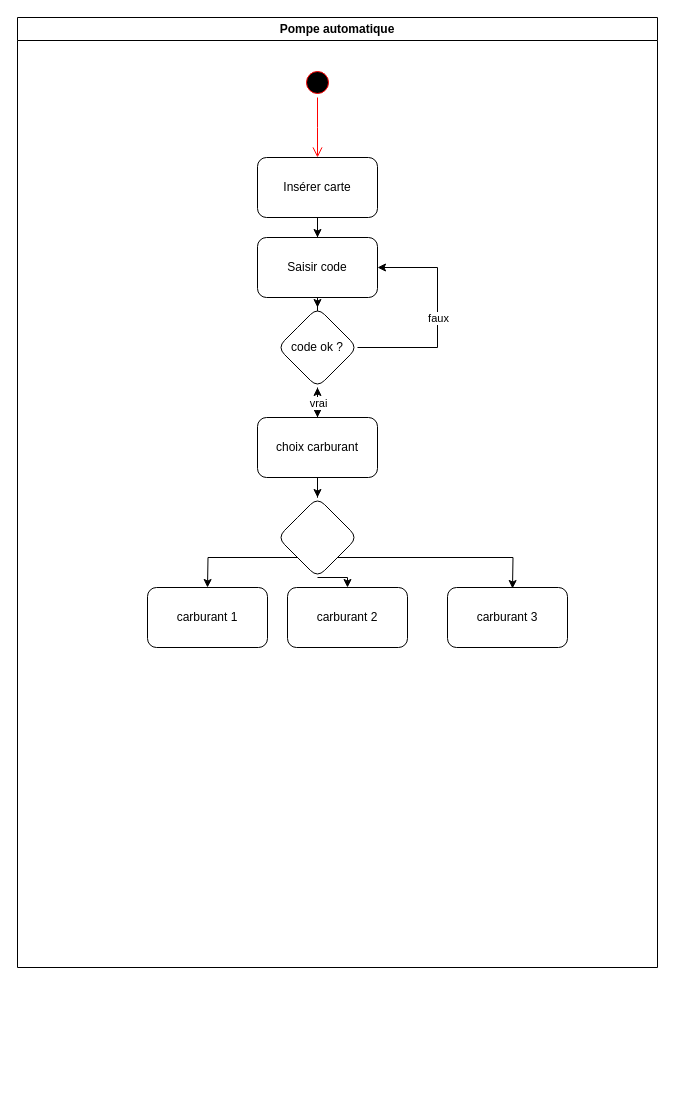
This is Totality/Pompe.drawio from NLetenneur/UML-Introduction, a draw.io file, before an edit. Source tidied: cells renumbered, new cells numbered last; positions are measured from the earlier drawing's top-left corner, leaving out a move shared by most shapes. Both pictures are drawn from the tidied source at 100%, with x=0, y=0 at pixel (17, 17).
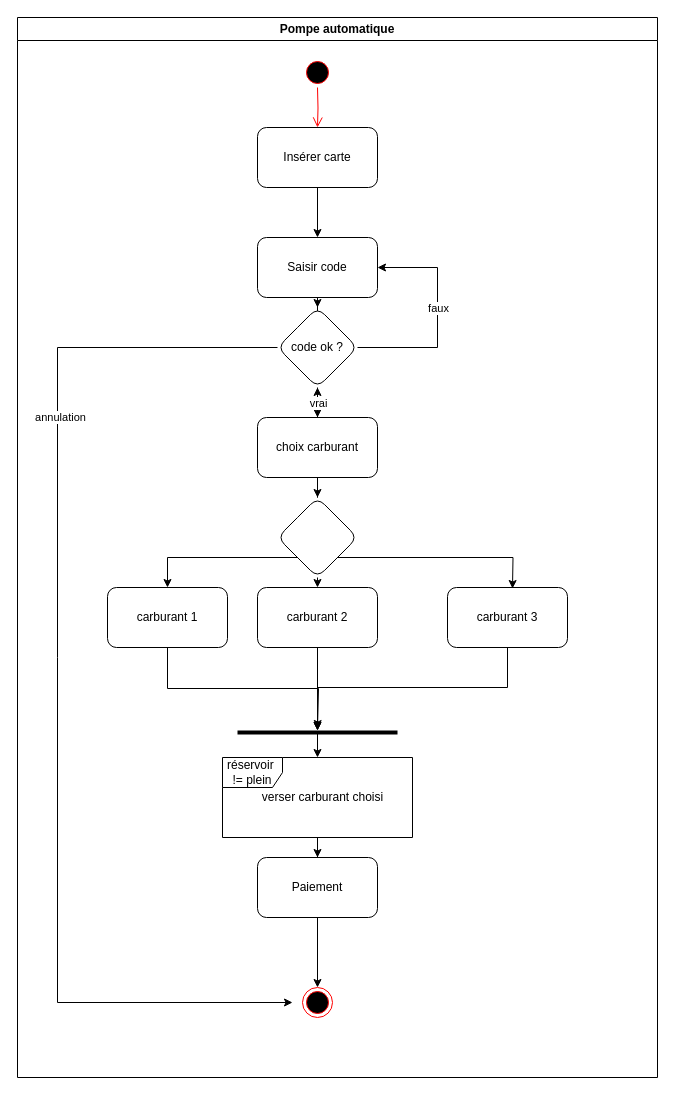
The same page after the edit.

Commit message (it also covers changes not shown here):
Mettre à jour Pompe.drawio

The change refers to these unchanged cells:
```xml
<mxCell id="8" style="endArrow=classic;html=1;rounded=0;entryX=1;entryY=0.5;entryDx=0;entryDy=0;exitX=1;exitY=0.5;exitDx=0;exitDy=0;" parent="2" edge="1" source="7" target="6">
  <mxGeometry relative="1" as="geometry">
    <Array as="points">
      <mxPoint x="420" y="330" />
      <mxPoint x="420" y="250" />
    </Array>
  </mxGeometry>
</mxCell>
<mxCell id="12" style="rhombus;whiteSpace=wrap;html=1;rounded=1;" parent="2" vertex="1">
  <mxGeometry x="260" y="480" width="80" height="80" as="geometry" />
</mxCell>
<mxCell id="20" value="&lt;div&gt;carburant 3&lt;br&gt;&lt;/div&gt;" style="rounded=1;whiteSpace=wrap;html=1;" parent="2" vertex="1">
  <mxGeometry x="430" y="570" width="120" height="60" as="geometry" />
</mxCell>
```

The edit, as a diff of the source:
```diff
@@
     <mxCell id="2" value="Pompe automatique" style="swimlane;whiteSpace=wrap;html=1;" parent="1" vertex="1">
-      <mxGeometry width="640" height="950" as="geometry" />
+      <mxGeometry width="640" height="1060" as="geometry" />
     </mxCell>
@@
     <mxCell id="4" value="Insérer carte" style="rounded=1;whiteSpace=wrap;html=1;" parent="2" vertex="1">
-      <mxGeometry x="240" y="140" width="120" height="60" as="geometry" />
+      <mxGeometry x="240" y="110" width="120" height="60" as="geometry" />
     </mxCell>
@@
     <mxCell id="9" value="faux" style="edgeLabel;html=1;align=center;verticalAlign=middle;" parent="8" vertex="1">
-      <mxGeometry relative="1" as="geometry" />
+      <mxGeometry relative="1" as="geometry">
+        <mxPoint y="-10" as="offset" />
+      </mxGeometry>
     </mxCell>
-    <mxCell id="10" style="edgeStyle=orthogonalEdgeStyle;rounded=0;jettySize=auto;html=1;exitX=0;exitY=1;exitDx=0;exitDy=0;" parent="2" edge="1" source="12">
-      <mxGeometry relative="1" as="geometry">
-        <mxPoint x="190" y="570" as="targetPoint" />
-      </mxGeometry>
+    <mxCell id="10" style="edgeStyle=orthogonalEdgeStyle;rounded=0;jettySize=auto;html=1;exitX=0;exitY=1;exitDx=0;exitDy=0;entryX=0.5;entryY=0;entryDx=0;entryDy=0;" parent="2" edge="1" source="12" target="18">
+      <mxGeometry relative="1" as="geometry" />
     </mxCell>
@@
+    <mxCell id="24" style="edgeStyle=orthogonalEdgeStyle;rounded=0;jettySize=auto;html=1;" parent="2" edge="1" source="18">
+      <mxGeometry relative="1" as="geometry">
+        <mxPoint x="300" y="711" as="targetPoint" />
+        <Array as="points">
+          <mxPoint x="150" y="671" />
+          <mxPoint x="301" y="671" />
+        </Array>
+      </mxGeometry>
+    </mxCell>
     <mxCell id="18" value="carburant 1" style="rounded=1;whiteSpace=wrap;html=1;" parent="2" vertex="1">
-      <mxGeometry x="130" y="570" width="120" height="60" as="geometry" />
+      <mxGeometry x="90" y="570" width="120" height="60" as="geometry" />
     </mxCell>
+    <mxCell id="25" style="edgeStyle=orthogonalEdgeStyle;rounded=0;jettySize=auto;html=1;" parent="2" edge="1" source="19" target="30">
+      <mxGeometry relative="1" as="geometry" />
+    </mxCell>
     <mxCell id="19" value="&lt;div&gt;carburant 2&lt;/div&gt;" style="rounded=1;whiteSpace=wrap;html=1;" parent="2" vertex="1">
-      <mxGeometry x="270" y="570" width="120" height="60" as="geometry" />
+      <mxGeometry x="240" y="570" width="120" height="60" as="geometry" />
     </mxCell>
+    <mxCell id="26" style="edgeStyle=orthogonalEdgeStyle;rounded=0;jettySize=auto;html=1;" parent="2" edge="1" source="20" target="30">
+      <mxGeometry relative="1" as="geometry">
+        <Array as="points">
+          <mxPoint x="490" y="670" />
+          <mxPoint x="300" y="670" />
+        </Array>
+      </mxGeometry>
+    </mxCell>
@@
-    <mxCell id="22" style="ellipse;html=1;shape=startState;fillColor=#000000;strokeColor=#ff0000;" parent="2" vertex="1">
-      <mxGeometry x="285" y="50" width="30" height="30" as="geometry" />
-    </mxCell>
-    <mxCell id="23" style="edgeStyle=orthogonalEdgeStyle;html=1;verticalAlign=bottom;endArrow=open;endSize=8;strokeColor=#ff0000;rounded=0;" parent="2" edge="1" source="22">
-      <mxGeometry relative="1" as="geometry">
-        <mxPoint x="300" y="140" as="targetPoint" />
-      </mxGeometry>
-    </mxCell>
+    <mxCell id="27" style="ellipse;html=1;shape=startState;fillColor=#000000;strokeColor=#ff0000;" parent="2" vertex="1">
+      <mxGeometry x="285" y="40" width="30" height="30" as="geometry" />
+    </mxCell>
+    <mxCell id="28" style="edgeStyle=orthogonalEdgeStyle;html=1;verticalAlign=bottom;endArrow=open;endSize=8;strokeColor=#ff0000;rounded=0;" parent="2" edge="1" target="4">
+      <mxGeometry relative="1" as="geometry">
+        <mxPoint x="300" y="70" as="sourcePoint" />
+      </mxGeometry>
+    </mxCell>
+    <mxCell id="29" style="edgeStyle=orthogonalEdgeStyle;rounded=0;jettySize=auto;html=1;" parent="2" edge="1" source="30">
+      <mxGeometry relative="1" as="geometry">
+        <mxPoint x="300" y="740" as="targetPoint" />
+      </mxGeometry>
+    </mxCell>
+    <mxCell id="30" style="line;strokeWidth=4;html=1;perimeter=backbonePerimeter;points=[];outlineConnect=0;" parent="2" vertex="1">
+      <mxGeometry x="220" y="710" width="160" height="10" as="geometry" />
+    </mxCell>
+    <mxCell id="31" style="edgeStyle=orthogonalEdgeStyle;rounded=0;jettySize=auto;html=1;" parent="2" edge="1" source="32" target="35">
+      <mxGeometry relative="1" as="geometry" />
+    </mxCell>
+    <mxCell id="32" value="&lt;div&gt;réservoir&amp;nbsp; &lt;br&gt;&lt;/div&gt;&lt;div&gt;!= plein&lt;/div&gt;" style="shape=umlFrame;whiteSpace=wrap;html=1;" parent="2" vertex="1">
+      <mxGeometry x="205" y="740" width="190" height="80" as="geometry" />
+    </mxCell>
+    <mxCell id="33" value="verser carburant choisi" style="text;html=1;align=center;verticalAlign=middle;strokeColor=none;fillColor=none;" parent="2" vertex="1">
+      <mxGeometry x="230" y="765" width="150" height="30" as="geometry" />
+    </mxCell>
+    <mxCell id="34" style="edgeStyle=orthogonalEdgeStyle;rounded=0;jettySize=auto;html=1;" parent="2" edge="1" source="35" target="36">
+      <mxGeometry relative="1" as="geometry" />
+    </mxCell>
+    <mxCell id="35" value="Paiement" style="rounded=1;whiteSpace=wrap;html=1;" parent="2" vertex="1">
+      <mxGeometry x="240" y="840" width="120" height="60" as="geometry" />
+    </mxCell>
+    <mxCell id="36" style="ellipse;html=1;shape=endState;fillColor=#000000;strokeColor=#ff0000;" parent="2" vertex="1">
+      <mxGeometry x="285" y="970" width="30" height="30" as="geometry" />
+    </mxCell>
+    <mxCell id="37" style="endArrow=classic;html=1;rounded=0;exitX=0;exitY=0.5;exitDx=0;exitDy=0;entryX=0;entryY=0.5;entryDx=0;entryDy=0;" parent="2" edge="1">
+      <mxGeometry relative="1" as="geometry">
+        <mxPoint x="260" y="330" as="sourcePoint" />
+        <mxPoint x="275" y="985" as="targetPoint" />
+        <Array as="points">
+          <mxPoint x="40" y="330" />
+          <mxPoint x="40" y="640" />
+          <mxPoint x="40" y="985" />
+        </Array>
+      </mxGeometry>
+    </mxCell>
+    <mxCell id="38" value="annulation" style="edgeLabel;html=1;align=center;verticalAlign=middle;" parent="37" vertex="1">
+      <mxGeometry y="2" relative="1" as="geometry">
+        <mxPoint y="-266" as="offset" />
+      </mxGeometry>
+    </mxCell>
```
